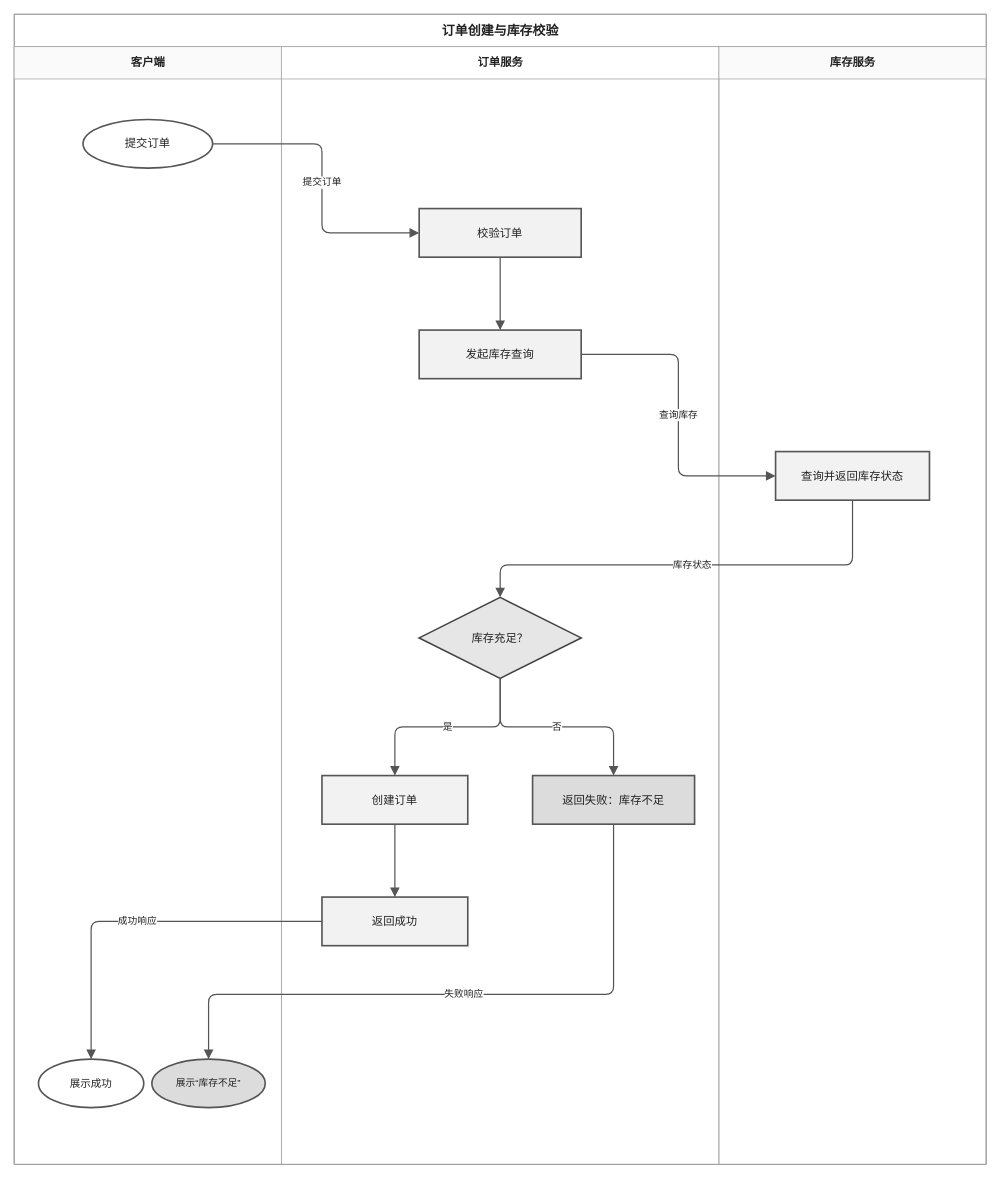
Before: demo/order_stock_text2drawio_vertical.drawio in Kasey0727/ai-4-diagram, a draw.io diagram. Source tidied: cells renumbered, new cells numbered last; positions are measured from the earlier drawing's top-left corner, leaving out a move shared by most shapes. Both pictures are drawn from the tidied source at 81%, with x=0, y=0 at pixel (14, 14).
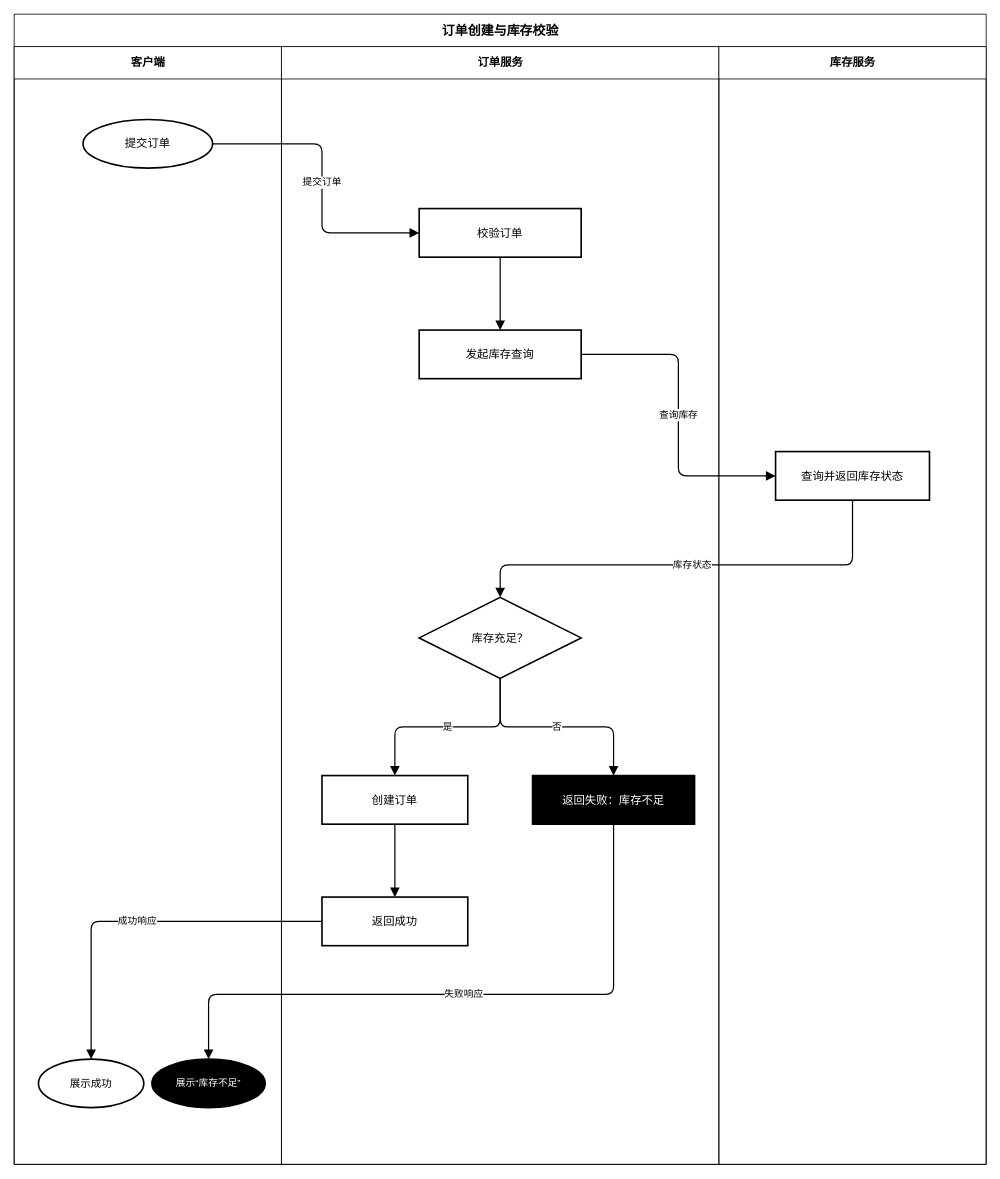
After the change.

Commit message (it also covers changes not shown here):
feat(skill): enforce pure black-and-white diagrams

What changed in the source:
```diff
@@
-    <mxCell id="2" value="订单创建与库存校验" style="swimlane;html=1;horizontal=1;startSize=40;fillColor=#ffffff;strokeColor=#666666;fontColor=#222222;fontStyle=1;fontSize=16;" parent="1" vertex="1">
+    <mxCell id="2" value="订单创建与库存校验" style="swimlane;html=1;horizontal=1;startSize=40;fillColor=#FFFFFF;strokeColor=#000000;fontColor=#000000;fontStyle=1;fontSize=16;" parent="1" vertex="1">
       <mxGeometry width="1200" height="1420" as="geometry" />
     </mxCell>
-    <mxCell id="3" value="客户端" style="swimlane;html=1;horizontal=1;startSize=40;fillColor=#fafafa;strokeColor=#aaaaaa;fontColor=#222222;fontSize=14;" parent="2" vertex="1">
+    <mxCell id="3" value="客户端" style="swimlane;html=1;horizontal=1;startSize=40;fillColor=#FFFFFF;strokeColor=#000000;fontColor=#000000;fontSize=14;" parent="2" vertex="1">
       <mxGeometry y="40" width="330" height="1380" as="geometry" />
     </mxCell>
-    <mxCell id="4" value="订单服务" style="swimlane;html=1;horizontal=1;startSize=40;fillColor=#ffffff;strokeColor=#aaaaaa;fontColor=#222222;fontSize=14;" parent="2" vertex="1">
+    <mxCell id="4" value="订单服务" style="swimlane;html=1;horizontal=1;startSize=40;fillColor=#FFFFFF;strokeColor=#000000;fontColor=#000000;fontSize=14;" parent="2" vertex="1">
       <mxGeometry x="330" y="40" width="540" height="1380" as="geometry" />
     </mxCell>
-    <mxCell id="5" value="库存服务" style="swimlane;html=1;horizontal=1;startSize=40;fillColor=#fafafa;strokeColor=#aaaaaa;fontColor=#222222;fontSize=14;" parent="2" vertex="1">
+    <mxCell id="5" value="库存服务" style="swimlane;html=1;horizontal=1;startSize=40;fillColor=#FFFFFF;strokeColor=#000000;fontColor=#000000;fontSize=14;" parent="2" vertex="1">
       <mxGeometry x="870" y="40" width="330" height="1380" as="geometry" />
     </mxCell>
-    <mxCell id="6" value="提交订单" style="ellipse;whiteSpace=wrap;html=1;fillColor=#ffffff;strokeColor=#555555;fontColor=#222222;strokeWidth=2;fontSize=14;" parent="3" vertex="1">
+    <mxCell id="6" value="提交订单" style="ellipse;whiteSpace=wrap;html=1;fillColor=#FFFFFF;strokeColor=#000000;fontColor=#000000;strokeWidth=2;fontSize=14;" parent="3" vertex="1">
       <mxGeometry x="85" y="90" width="160" height="60" as="geometry" />
     </mxCell>
-    <mxCell id="7" value="校验订单" style="rounded=0;whiteSpace=wrap;html=1;fillColor=#f2f2f2;strokeColor=#555555;fontColor=#222222;strokeWidth=2;fontSize=14;" parent="4" vertex="1">
+    <mxCell id="7" value="校验订单" style="rounded=0;whiteSpace=wrap;html=1;fillColor=#FFFFFF;strokeColor=#000000;fontColor=#000000;strokeWidth=2;fontSize=14;" parent="4" vertex="1">
       <mxGeometry x="170" y="200" width="200" height="60" as="geometry" />
     </mxCell>
-    <mxCell id="8" value="发起库存查询" style="rounded=0;whiteSpace=wrap;html=1;fillColor=#f2f2f2;strokeColor=#555555;fontColor=#222222;strokeWidth=2;fontSize=14;" parent="4" vertex="1">
+    <mxCell id="8" value="发起库存查询" style="rounded=0;whiteSpace=wrap;html=1;fillColor=#FFFFFF;strokeColor=#000000;fontColor=#000000;strokeWidth=2;fontSize=14;" parent="4" vertex="1">
       <mxGeometry x="170" y="350" width="200" height="60" as="geometry" />
     </mxCell>
-    <mxCell id="9" value="查询并返回库存状态" style="rounded=0;whiteSpace=wrap;html=1;fillColor=#f2f2f2;strokeColor=#555555;fontColor=#222222;strokeWidth=2;fontSize=14;" parent="5" vertex="1">
+    <mxCell id="9" value="查询并返回库存状态" style="rounded=0;whiteSpace=wrap;html=1;fillColor=#FFFFFF;strokeColor=#000000;fontColor=#000000;strokeWidth=2;fontSize=14;" parent="5" vertex="1">
       <mxGeometry x="70" y="500" width="190" height="60" as="geometry" />
     </mxCell>
-    <mxCell id="10" value="库存充足？" style="rhombus;whiteSpace=wrap;html=1;fillColor=#e6e6e6;strokeColor=#444444;fontColor=#222222;strokeWidth=2;fontSize=14;" parent="4" vertex="1">
+    <mxCell id="10" value="库存充足？" style="rhombus;whiteSpace=wrap;html=1;fillColor=#FFFFFF;strokeColor=#000000;fontColor=#000000;strokeWidth=2;fontSize=14;" parent="4" vertex="1">
       <mxGeometry x="170" y="680" width="200" height="100" as="geometry" />
     </mxCell>
-    <mxCell id="11" value="创建订单" style="rounded=0;whiteSpace=wrap;html=1;fillColor=#f2f2f2;strokeColor=#555555;fontColor=#222222;strokeWidth=2;fontSize=14;" parent="4" vertex="1">
+    <mxCell id="11" value="创建订单" style="rounded=0;whiteSpace=wrap;html=1;fillColor=#FFFFFF;strokeColor=#000000;fontColor=#000000;strokeWidth=2;fontSize=14;" parent="4" vertex="1">
       <mxGeometry x="50" y="900" width="180" height="60" as="geometry" />
     </mxCell>
-    <mxCell id="12" value="返回失败：库存不足" style="rounded=0;whiteSpace=wrap;html=1;fillColor=#dcdcdc;strokeColor=#555555;fontColor=#222222;strokeWidth=2;fontSize=14;" parent="4" vertex="1">
+    <mxCell id="12" value="返回失败：库存不足" style="rounded=0;whiteSpace=wrap;html=1;fillColor=#000000;strokeColor=#000000;fontColor=#FFFFFF;strokeWidth=2;fontSize=14;" parent="4" vertex="1">
       <mxGeometry x="310" y="900" width="200" height="60" as="geometry" />
     </mxCell>
-    <mxCell id="13" value="返回成功" style="rounded=0;whiteSpace=wrap;html=1;fillColor=#f2f2f2;strokeColor=#555555;fontColor=#222222;strokeWidth=2;fontSize=14;" parent="4" vertex="1">
+    <mxCell id="13" value="返回成功" style="rounded=0;whiteSpace=wrap;html=1;fillColor=#FFFFFF;strokeColor=#000000;fontColor=#000000;strokeWidth=2;fontSize=14;" parent="4" vertex="1">
       <mxGeometry x="50" y="1050" width="180" height="60" as="geometry" />
     </mxCell>
-    <mxCell id="14" value="展示成功" style="ellipse;whiteSpace=wrap;html=1;fillColor=#ffffff;strokeColor=#555555;fontColor=#222222;strokeWidth=2;fontSize=13;" parent="3" vertex="1">
+    <mxCell id="14" value="展示成功" style="ellipse;whiteSpace=wrap;html=1;fillColor=#FFFFFF;strokeColor=#000000;fontColor=#000000;strokeWidth=2;fontSize=13;" parent="3" vertex="1">
       <mxGeometry x="30" y="1250" width="130" height="60" as="geometry" />
     </mxCell>
-    <mxCell id="15" value="展示“库存不足”" style="ellipse;whiteSpace=wrap;html=1;fillColor=#dcdcdc;strokeColor=#555555;fontColor=#222222;strokeWidth=2;fontSize=12;" parent="3" vertex="1">
+    <mxCell id="15" value="展示“库存不足”" style="ellipse;whiteSpace=wrap;html=1;fillColor=#000000;strokeColor=#000000;fontColor=#FFFFFF;strokeWidth=2;fontSize=12;" parent="3" vertex="1">
       <mxGeometry x="170" y="1250" width="140" height="60" as="geometry" />
     </mxCell>
-    <mxCell id="16" value="提交订单" style="edgeStyle=orthogonalEdgeStyle;rounded=1;jettySize=auto;html=1;endArrow=block;endSize=8;strokeColor=#555555;strokeWidth=1.5;fontColor=#222222;fontSize=12;exitX=1;exitY=0.5;exitDx=0;exitDy=0;entryX=0;entryY=0.5;entryDx=0;entryDy=0;" parent="1" edge="1" source="6" target="7">
+    <mxCell id="16" value="提交订单" style="edgeStyle=orthogonalEdgeStyle;rounded=1;jettySize=auto;html=1;endArrow=block;endSize=8;strokeColor=#000000;strokeWidth=1.5;fontColor=#000000;fontSize=12;exitX=1;exitY=0.5;exitDx=0;exitDy=0;entryX=0;entryY=0.5;entryDx=0;entryDy=0;" parent="1" edge="1" source="6" target="7">
       <mxGeometry relative="1" as="geometry">
         <Array as="points">
           <mxPoint x="380" y="160" />
           <mxPoint x="380" y="270" />
         </Array>
       </mxGeometry>
     </mxCell>
-    <mxCell id="17" style="edgeStyle=orthogonalEdgeStyle;rounded=1;jettySize=auto;html=1;endArrow=block;endSize=8;strokeColor=#555555;strokeWidth=1.5;exitX=0.5;exitY=1;exitDx=0;exitDy=0;entryX=0.5;entryY=0;entryDx=0;entryDy=0;" parent="1" edge="1" source="7" target="8">
+    <mxCell id="17" style="edgeStyle=orthogonalEdgeStyle;rounded=1;jettySize=auto;html=1;endArrow=block;endSize=8;strokeColor=#000000;strokeWidth=1.5;exitX=0.5;exitY=1;exitDx=0;exitDy=0;entryX=0.5;entryY=0;entryDx=0;entryDy=0;" parent="1" edge="1" source="7" target="8">
       <mxGeometry relative="1" as="geometry" />
     </mxCell>
-    <mxCell id="18" value="查询库存" style="edgeStyle=orthogonalEdgeStyle;rounded=1;jettySize=auto;html=1;endArrow=block;endSize=8;strokeColor=#555555;strokeWidth=1.5;fontColor=#222222;fontSize=12;exitX=1;exitY=0.5;exitDx=0;exitDy=0;entryX=0;entryY=0.5;entryDx=0;entryDy=0;" parent="1" edge="1" source="8" target="9">
+    <mxCell id="18" value="查询库存" style="edgeStyle=orthogonalEdgeStyle;rounded=1;jettySize=auto;html=1;endArrow=block;endSize=8;strokeColor=#000000;strokeWidth=1.5;fontColor=#000000;fontSize=12;exitX=1;exitY=0.5;exitDx=0;exitDy=0;entryX=0;entryY=0.5;entryDx=0;entryDy=0;" parent="1" edge="1" source="8" target="9">
       <mxGeometry relative="1" as="geometry">
         <Array as="points">
           <mxPoint x="820" y="420" />
           <mxPoint x="820" y="570" />
         </Array>
       </mxGeometry>
     </mxCell>
-    <mxCell id="19" value="库存状态" style="edgeStyle=orthogonalEdgeStyle;rounded=1;jettySize=auto;html=1;endArrow=block;endSize=8;strokeColor=#555555;strokeWidth=1.5;fontColor=#222222;fontSize=12;exitX=0.5;exitY=1;exitDx=0;exitDy=0;entryX=0.5;entryY=0;entryDx=0;entryDy=0;" parent="1" edge="1" source="9" target="10">
+    <mxCell id="19" value="库存状态" style="edgeStyle=orthogonalEdgeStyle;rounded=1;jettySize=auto;html=1;endArrow=block;endSize=8;strokeColor=#000000;strokeWidth=1.5;fontColor=#000000;fontSize=12;exitX=0.5;exitY=1;exitDx=0;exitDy=0;entryX=0.5;entryY=0;entryDx=0;entryDy=0;" parent="1" edge="1" source="9" target="10">
       <mxGeometry relative="1" as="geometry">
         <Array as="points">
           <mxPoint x="1035" y="680" />
           <mxPoint x="600" y="680" />
         </Array>
       </mxGeometry>
     </mxCell>
-    <mxCell id="20" value="是" style="edgeStyle=orthogonalEdgeStyle;rounded=1;jettySize=auto;html=1;endArrow=block;endSize=8;strokeColor=#555555;strokeWidth=1.5;fontColor=#222222;fontSize=12;exitX=0.5;exitY=1;exitDx=0;exitDy=0;entryX=0.5;entryY=0;entryDx=0;entryDy=0;" parent="1" edge="1" source="10" target="11">
+    <mxCell id="20" value="是" style="edgeStyle=orthogonalEdgeStyle;rounded=1;jettySize=auto;html=1;endArrow=block;endSize=8;strokeColor=#000000;strokeWidth=1.5;fontColor=#000000;fontSize=12;exitX=0.5;exitY=1;exitDx=0;exitDy=0;entryX=0.5;entryY=0;entryDx=0;entryDy=0;" parent="1" edge="1" source="10" target="11">
       <mxGeometry relative="1" as="geometry">
         <Array as="points">
           <mxPoint x="600" y="880" />
           <mxPoint x="470" y="880" />
         </Array>
       </mxGeometry>
     </mxCell>
-    <mxCell id="21" value="否" style="edgeStyle=orthogonalEdgeStyle;rounded=1;jettySize=auto;html=1;endArrow=block;endSize=8;strokeColor=#555555;strokeWidth=1.5;fontColor=#222222;fontSize=12;exitX=0.5;exitY=1;exitDx=0;exitDy=0;entryX=0.5;entryY=0;entryDx=0;entryDy=0;" parent="1" edge="1" source="10" target="12">
+    <mxCell id="21" value="否" style="edgeStyle=orthogonalEdgeStyle;rounded=1;jettySize=auto;html=1;endArrow=block;endSize=8;strokeColor=#000000;strokeWidth=1.5;fontColor=#000000;fontSize=12;exitX=0.5;exitY=1;exitDx=0;exitDy=0;entryX=0.5;entryY=0;entryDx=0;entryDy=0;" parent="1" edge="1" source="10" target="12">
       <mxGeometry relative="1" as="geometry">
         <Array as="points">
           <mxPoint x="600" y="880" />
           <mxPoint x="740" y="880" />
         </Array>
       </mxGeometry>
     </mxCell>
-    <mxCell id="22" style="edgeStyle=orthogonalEdgeStyle;rounded=1;jettySize=auto;html=1;endArrow=block;endSize=8;strokeColor=#555555;strokeWidth=1.5;exitX=0.5;exitY=1;exitDx=0;exitDy=0;entryX=0.5;entryY=0;entryDx=0;entryDy=0;" parent="1" edge="1" source="11" target="13">
+    <mxCell id="22" style="edgeStyle=orthogonalEdgeStyle;rounded=1;jettySize=auto;html=1;endArrow=block;endSize=8;strokeColor=#000000;strokeWidth=1.5;exitX=0.5;exitY=1;exitDx=0;exitDy=0;entryX=0.5;entryY=0;entryDx=0;entryDy=0;" parent="1" edge="1" source="11" target="13">
       <mxGeometry relative="1" as="geometry" />
     </mxCell>
-    <mxCell id="23" value="成功响应" style="edgeStyle=orthogonalEdgeStyle;rounded=1;jettySize=auto;html=1;endArrow=block;endSize=8;strokeColor=#555555;strokeWidth=1.5;fontColor=#222222;fontSize=12;exitX=0;exitY=0.5;exitDx=0;exitDy=0;entryX=0.5;entryY=0;entryDx=0;entryDy=0;" parent="1" edge="1" source="13" target="14">
+    <mxCell id="23" value="成功响应" style="edgeStyle=orthogonalEdgeStyle;rounded=1;jettySize=auto;html=1;endArrow=block;endSize=8;strokeColor=#000000;strokeWidth=1.5;fontColor=#000000;fontSize=12;exitX=0;exitY=0.5;exitDx=0;exitDy=0;entryX=0.5;entryY=0;entryDx=0;entryDy=0;" parent="1" edge="1" source="13" target="14">
       <mxGeometry relative="1" as="geometry">
         <Array as="points">
           <mxPoint x="95" y="1120" />
           <mxPoint x="95" y="1230" />
         </Array>
       </mxGeometry>
     </mxCell>
-    <mxCell id="24" value="失败响应" style="edgeStyle=orthogonalEdgeStyle;rounded=1;jettySize=auto;html=1;endArrow=block;endSize=8;strokeColor=#555555;strokeWidth=1.5;fontColor=#222222;fontSize=12;exitX=0.5;exitY=1;exitDx=0;exitDy=0;entryX=0.5;entryY=0;entryDx=0;entryDy=0;" parent="1" edge="1" source="12" target="15">
+    <mxCell id="24" value="失败响应" style="edgeStyle=orthogonalEdgeStyle;rounded=1;jettySize=auto;html=1;endArrow=block;endSize=8;strokeColor=#000000;strokeWidth=1.5;fontColor=#000000;fontSize=12;exitX=0.5;exitY=1;exitDx=0;exitDy=0;entryX=0.5;entryY=0;entryDx=0;entryDy=0;" parent="1" edge="1" source="12" target="15">
       <mxGeometry relative="1" as="geometry">
         <Array as="points">
           <mxPoint x="740" y="1210" />
           <mxPoint x="240" y="1210" />
         </Array>
       </mxGeometry>
     </mxCell>
```
